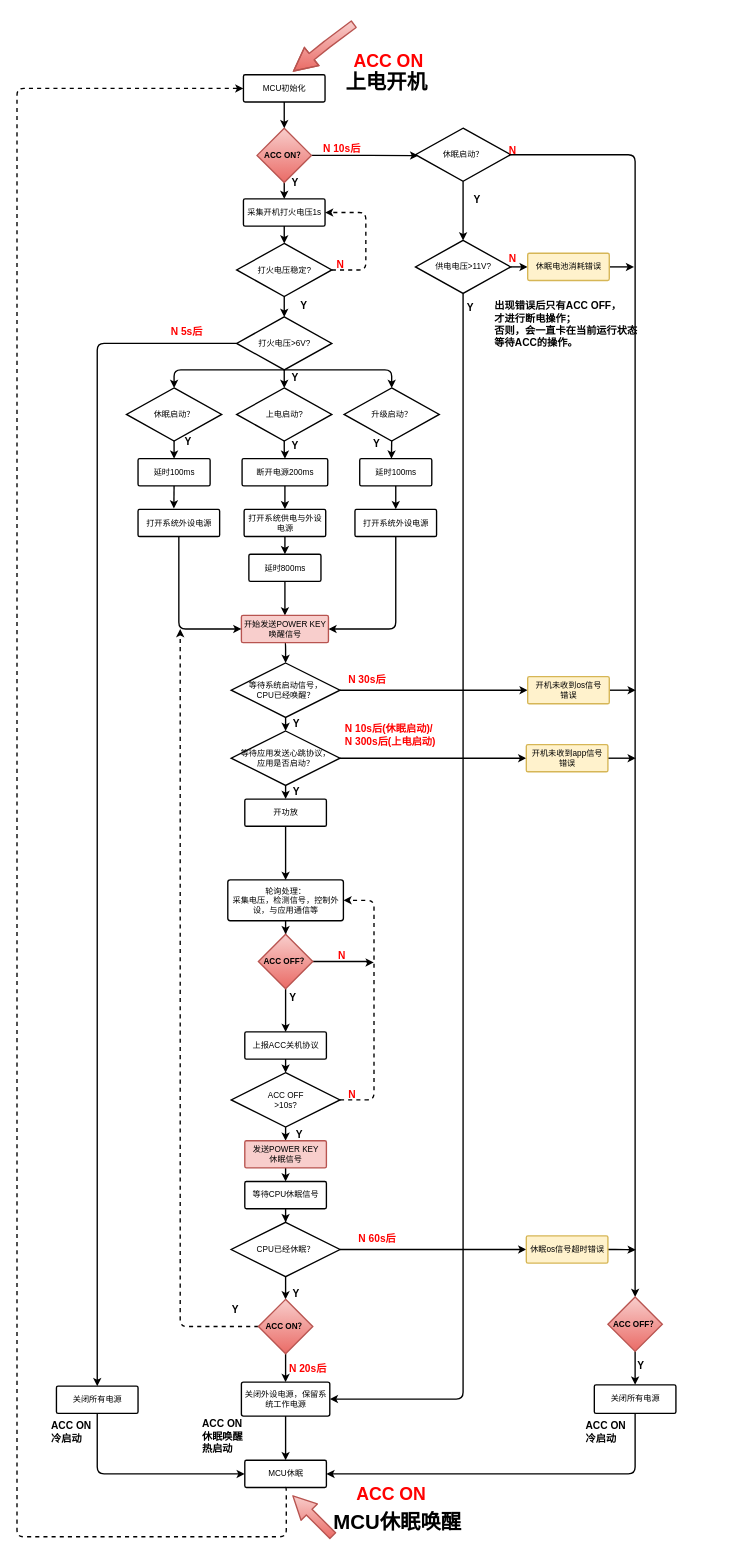
yintianlan/Picture_Draw keeps this draw.io diagram as page "第 3 页" (3 of 3) of 009_XIUMING.drawio. Above is the earlier version. Source tidied: cells renumbered, new cells numbered last; positions are measured from the earlier drawing's top-left corner, leaving out a move shared by most shapes. Both pictures are drawn from the tidied source at 68%, with x=0, y=0 at pixel (16, 24).
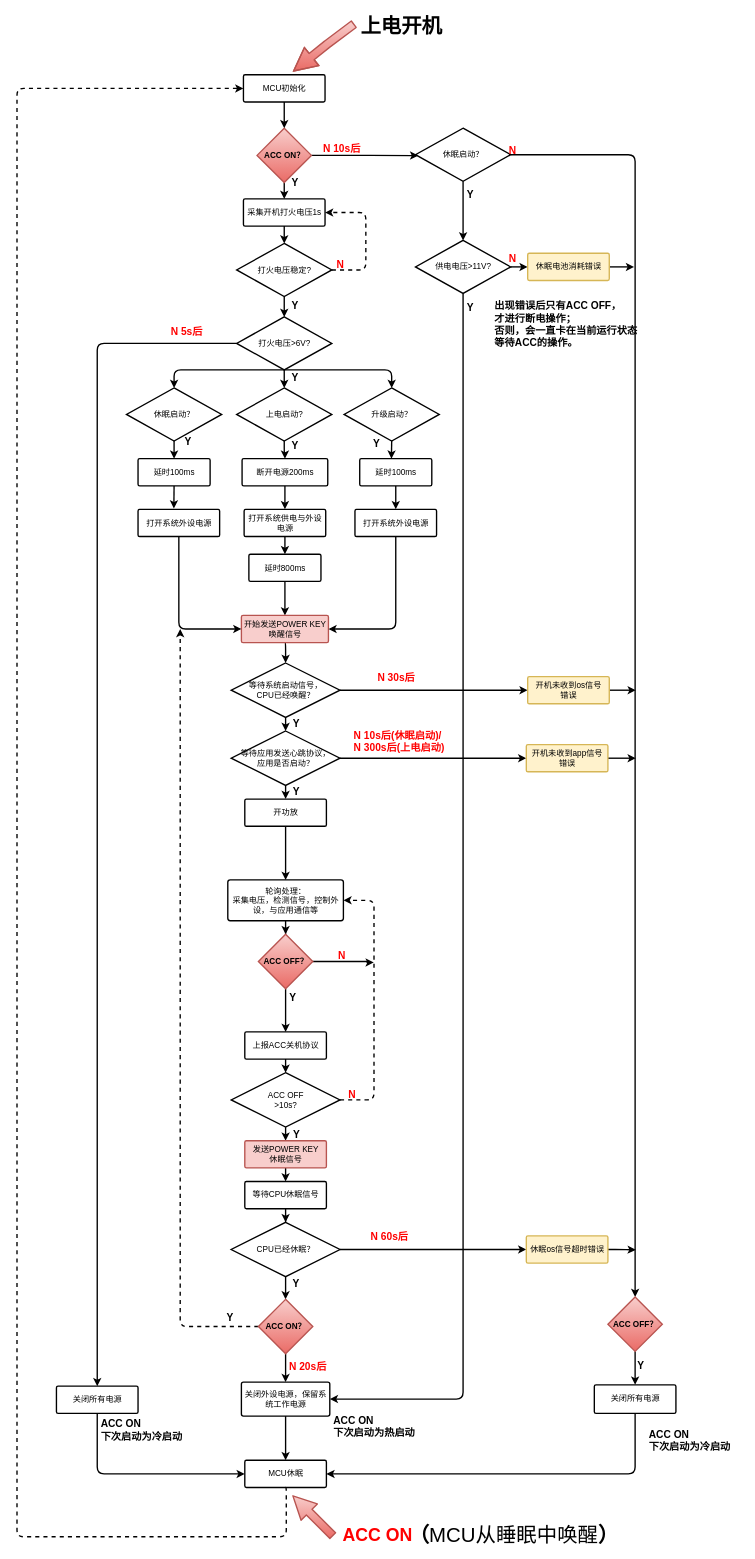
After the change.

The edit, as a diff of the source:
```diff
@@
     <mxCell id="34" value="Y" style="text;html=1;align=center;verticalAlign=middle;spacingTop=-4;fontFamily=Helvetica;labelPosition=center;verticalLabelPosition=middle;strokeWidth=2;fontSize=15;fontStyle=1;" parent="1" vertex="1">
-      <mxGeometry x="411.5" y="410.5" width="20" height="10" as="geometry" />
+      <mxGeometry x="398.5" y="410.5" width="20" height="10" as="geometry" />
     </mxCell>
@@
-    <mxCell id="36" value="&lt;b&gt;ACC ON&lt;br&gt;休眠唤醒&lt;br&gt;热启动&lt;br&gt;&lt;/b&gt;" style="text;html=1;align=left;verticalAlign=top;spacingTop=-4;fontSize=15;fontFamily=Helvetica;" parent="1" vertex="1">
-      <mxGeometry x="270.5" y="2047" width="80" height="60" as="geometry" />
+    <mxCell id="36" value="&lt;b&gt;ACC ON&lt;br&gt;下次启动为热启动&lt;br&gt;&lt;/b&gt;" style="text;html=1;align=left;verticalAlign=top;spacingTop=-4;fontSize=15;fontFamily=Helvetica;" parent="1" vertex="1">
+      <mxGeometry x="463.5" y="2042" width="140" height="40" as="geometry" />
     </mxCell>
     <mxCell id="37" value="&lt;b&gt;&lt;font style=&quot;font-size: 30px&quot;&gt;上电开机&lt;/font&gt;&lt;/b&gt;" style="text;html=1;align=left;verticalAlign=top;spacingTop=-4;fontSize=15;fontFamily=Helvetica;" parent="1" vertex="1">
-      <mxGeometry x="481.5" y="64.5" width="140" height="20" as="geometry" />
+      <mxGeometry x="503.5" y="-18" width="140" height="20" as="geometry" />
     </mxCell>
@@
     <mxCell id="55" value="Y" style="text;html=1;strokeColor=none;fillColor=none;align=center;verticalAlign=middle;whiteSpace=wrap;rounded=0;labelBackgroundColor=none;fontFamily=Helvetica;fontSize=15;fontStyle=1;" parent="1" vertex="1">
-      <mxGeometry x="390.5" y="1855.5" width="40" height="20" as="geometry" />
+      <mxGeometry x="390.5" y="1842" width="40" height="20" as="geometry" />
     </mxCell>
     <mxCell id="56" value="&lt;font color=&quot;#ff0000&quot;&gt;N 60s后&lt;/font&gt;" style="text;html=1;align=left;verticalAlign=top;spacingTop=-4;fontFamily=Helvetica;fontSize=15;fontStyle=1;" parent="1" vertex="1">
-      <mxGeometry x="500.5" y="1773.5" width="70" height="20" as="geometry" />
+      <mxGeometry x="518.5" y="1772" width="70" height="20" as="geometry" />
     </mxCell>
@@
     <mxCell id="60" value="Y" style="text;html=1;strokeColor=none;fillColor=none;align=center;verticalAlign=middle;whiteSpace=wrap;rounded=0;labelBackgroundColor=none;fontFamily=Helvetica;fontSize=15;fontStyle=1;" parent="1" vertex="1">
-      <mxGeometry x="395.5" y="1621.5" width="40" height="20" as="geometry" />
+      <mxGeometry x="391.5" y="1622" width="40" height="20" as="geometry" />
     </mxCell>
@@
     <mxCell id="75" value="Y" style="text;html=1;align=center;verticalAlign=middle;spacingTop=-4;fontFamily=Helvetica;labelPosition=center;verticalLabelPosition=middle;strokeWidth=2;fontSize=15;fontStyle=1;" parent="1" vertex="1">
-      <mxGeometry x="666.5" y="254" width="20" height="10" as="geometry" />
+      <mxGeometry x="656.5" y="247" width="20" height="10" as="geometry" />
     </mxCell>
@@
     <mxCell id="78" value="&lt;span style=&quot;font-size: 15px&quot;&gt;&lt;font color=&quot;#ff0000&quot;&gt;N 10s后(休眠启动)/&lt;br&gt;N 300s后(上电启动)&lt;br&gt;&lt;/font&gt;&lt;/span&gt;" style="text;html=1;align=left;verticalAlign=top;spacingTop=-4;fontFamily=Helvetica;strokeWidth=2;fontSize=15;fontStyle=1;" parent="1" vertex="1">
-      <mxGeometry x="480.5" y="1024.5" width="150" height="40" as="geometry" />
+      <mxGeometry x="493.5" y="1034.5" width="150" height="40" as="geometry" />
     </mxCell>
     <mxCell id="79" value="&lt;span style=&quot;font-size: 15px&quot;&gt;&lt;font color=&quot;#ff0000&quot;&gt;N 30s后&lt;/font&gt;&lt;/span&gt;" style="text;html=1;align=left;verticalAlign=top;spacingTop=-4;fontFamily=Helvetica;strokeWidth=2;fontSize=15;fontStyle=1;" parent="1" vertex="1">
-      <mxGeometry x="485.5" y="951.5" width="70" height="20" as="geometry" />
+      <mxGeometry x="528.5" y="949.5" width="70" height="20" as="geometry" />
     </mxCell>
@@
     <mxCell id="83" value="&lt;font color=&quot;#ff0000&quot;&gt;N 20s后&lt;/font&gt;" style="text;html=1;align=left;verticalAlign=top;spacingTop=-4;fontFamily=Helvetica;fontSize=15;fontStyle=1;" parent="1" vertex="1">
-      <mxGeometry x="398.5" y="1966" width="70" height="20" as="geometry" />
+      <mxGeometry x="398.5" y="1962" width="70" height="20" as="geometry" />
     </mxCell>
@@
-    <mxCell id="86" value="&lt;b&gt;ACC ON&lt;br&gt;冷启动&lt;br&gt;&lt;/b&gt;" style="text;html=1;align=left;verticalAlign=top;spacingTop=-4;fontSize=15;fontFamily=Helvetica;" parent="1" vertex="1">
-      <mxGeometry x="834.5" y="2050" width="70" height="40" as="geometry" />
-    </mxCell>
@@
     <mxCell id="90" value="Y" style="text;html=1;strokeColor=none;fillColor=none;align=center;verticalAlign=middle;whiteSpace=wrap;rounded=0;labelBackgroundColor=none;fontFamily=Helvetica;fontSize=15;fontStyle=1;" parent="1" vertex="1">
-      <mxGeometry x="301.5" y="1879.5" width="40" height="20" as="geometry" />
+      <mxGeometry x="293.5" y="1892" width="40" height="20" as="geometry" />
     </mxCell>
@@
-    <mxCell id="94" value="&lt;b&gt;ACC ON&lt;br&gt;冷启动&lt;br&gt;&lt;/b&gt;" style="text;html=1;align=left;verticalAlign=top;spacingTop=-4;fontSize=15;fontFamily=Helvetica;" parent="1" vertex="1">
-      <mxGeometry x="48.5" y="2050" width="70" height="40" as="geometry" />
+    <mxCell id="94" value="&lt;b&gt;ACC ON&lt;br&gt;下次启动为冷启动&lt;br&gt;&lt;/b&gt;" style="text;html=1;align=left;verticalAlign=top;spacingTop=-4;fontSize=15;fontFamily=Helvetica;" parent="1" vertex="1">
+      <mxGeometry x="121.5" y="2047" width="140" height="40" as="geometry" />
     </mxCell>
     <mxCell id="95" value="&lt;font style=&quot;font-size: 26px&quot; color=&quot;#ff0000&quot;&gt;&lt;b&gt;ACC ON&lt;/b&gt;&lt;/font&gt;" style="text;html=1;strokeColor=none;fillColor=none;align=center;verticalAlign=middle;whiteSpace=wrap;rounded=0;" parent="1" vertex="1">
-      <mxGeometry x="475.5" y="2152" width="150" height="20" as="geometry" />
+      <mxGeometry x="455.5" y="2212" width="150" height="20" as="geometry" />
     </mxCell>
-    <mxCell id="96" value="&lt;font style=&quot;font-size: 26px&quot; color=&quot;#ff0000&quot;&gt;&lt;b&gt;ACC ON&lt;/b&gt;&lt;/font&gt;" style="text;html=1;strokeColor=none;fillColor=none;align=center;verticalAlign=middle;whiteSpace=wrap;rounded=0;" parent="1" vertex="1">
-      <mxGeometry x="471.5" y="44.5" width="150" height="20" as="geometry" />
-    </mxCell>
@@
-    <mxCell id="98" value="&lt;b&gt;&lt;font style=&quot;font-size: 30px&quot;&gt;MCU休眠唤醒&lt;/font&gt;&lt;/b&gt;" style="text;html=1;align=left;verticalAlign=top;spacingTop=-4;fontSize=15;fontFamily=Helvetica;" parent="1" vertex="1">
-      <mxGeometry x="463.5" y="2182" width="210" height="20" as="geometry" />
+    <mxCell id="98" value="&lt;font style=&quot;font-size: 30px&quot;&gt;&lt;b&gt;（&lt;/b&gt;MCU从睡眠中唤醒&lt;b&gt;）&lt;/b&gt;&lt;/font&gt;" style="text;html=1;align=left;verticalAlign=top;spacingTop=-4;fontSize=15;fontFamily=Helvetica;" parent="1" vertex="1">
+      <mxGeometry x="574.5" y="2202" width="330" height="20" as="geometry" />
     </mxCell>
@@
+    <mxCell id="127" value="&lt;b&gt;ACC ON&lt;br&gt;下次启动为冷启动&lt;br&gt;&lt;/b&gt;" style="text;html=1;align=left;verticalAlign=top;spacingTop=-4;fontSize=15;fontFamily=Helvetica;" parent="1" vertex="1">
+      <mxGeometry x="928" y="2062" width="140" height="40" as="geometry" />
+    </mxCell>
```
